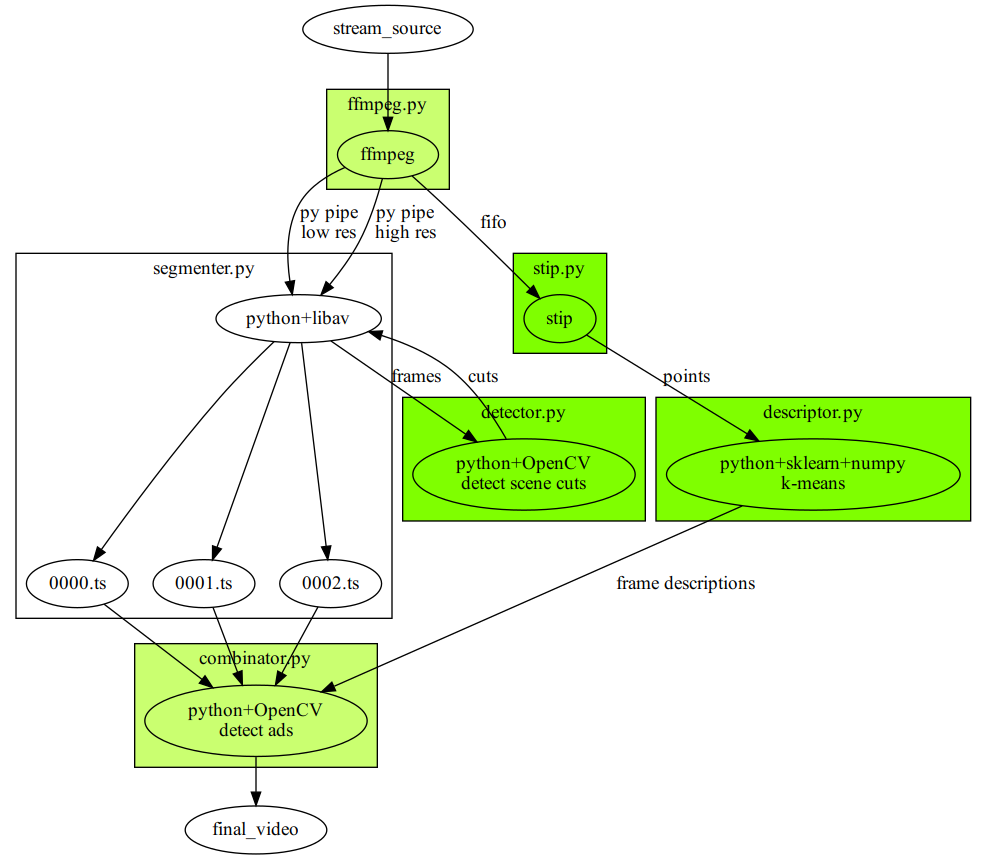
Earlier version of the Graphviz export graph.png (ilyaluk/detect_ads). Its source is kept beside it as graph.gv.
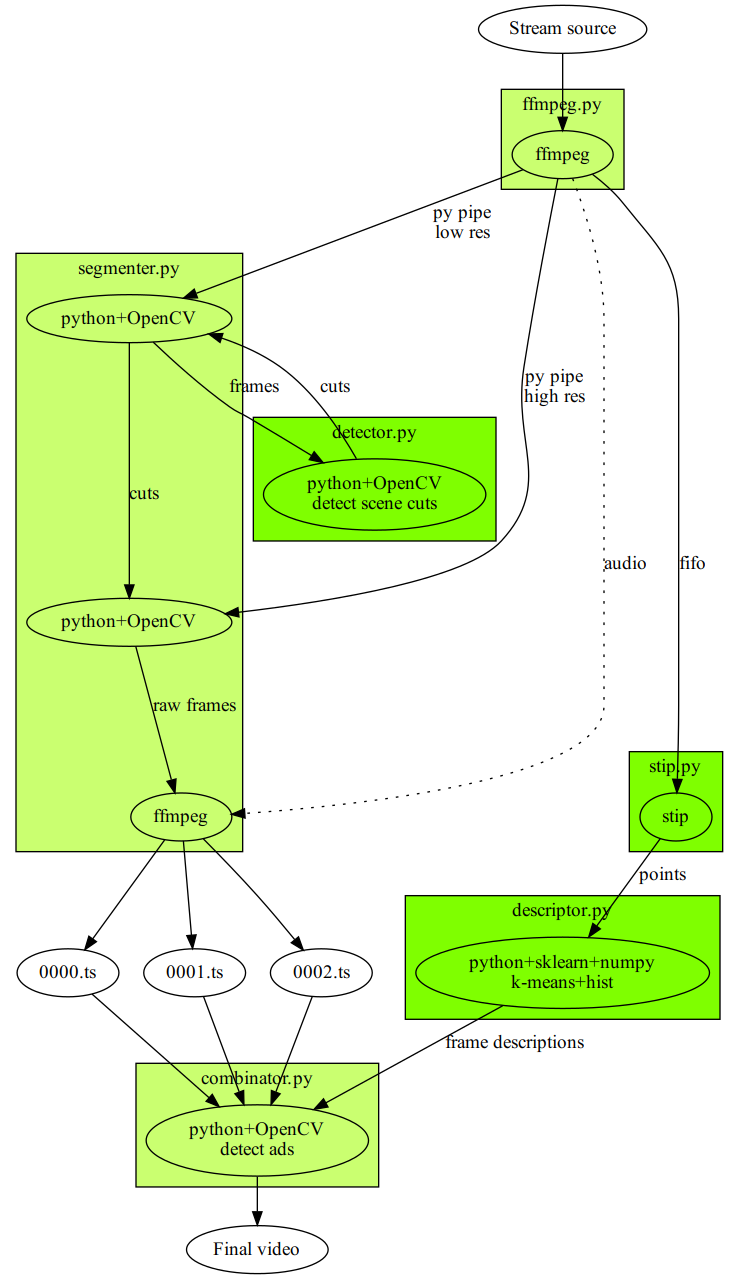
The same file after the commit.

Commit message:
Well, segmenter works. Graph update.

The edit, as a diff of the source:
```diff
@@ -10,19 +10,18 @@
 		bgcolor = "chartreuse";
 	}
 	subgraph cluster_2 {
-		c0[label="python+sklearn+numpy\nk-means"];
+		c0[label="python+sklearn+numpy\nk-means+hist"];
 		label = "descriptor.py";
 		bgcolor = "chartreuse";
 	}
 	subgraph cluster_3 {
-		d0[label="python+ffmpeg\n"];
-		d1[label="0002.ts"];
-		d2[label="0000.ts"];
-		d3[label="0001.ts"];
-		d0 -> d1;
-		d0 -> d2;
-		d0 -> d3;
+		d0[label="python+OpenCV\n"];
+		d1[label="python+OpenCV\n"];
+		d2[label="ffmpeg\n"];
+		d0 -> d1[label="cuts"];
+		d1 -> d2[label="raw frames"];
 		label = "segmenter.py";
+		bgcolor = "darkolivegreen1";
 	}
 	subgraph cluster_4 {
 		e0[label="python+OpenCV\ndetect ads"];
@@ -34,16 +33,25 @@
 		label = "detector.py";
 		bgcolor = "chartreuse";
 	}
-	stream_source -> a0;
+	ss[label="Stream source"]
+	ss -> a0;
 	a0 -> b0[label="fifo"];
 	b0 -> c0[label="points"];
 	a0 -> d0[label="py pipe\nlow res"];
-	a0 -> d0[label="py pipe\nhigh res"];
-	d1 -> e0;
-	d2 -> e0;
+	a0 -> d1[label="py pipe\nhigh res"];
 	d3 -> e0;
+	d4 -> e0;
+	d5 -> e0;
 	c0 -> e0[label="frame descriptions"];
-	e0 -> final_video;
 	d0 -> f0[label="frames"];
 	f0 -> d0[label="cuts"];
+	a0 -> d2[label="audio",style="dotted"]
+	d3[label="0000.ts"];
+	d4[label="0001.ts"];
+	d5[label="0002.ts"];
+	d2 -> d3;
+	d2 -> d4;
+	d2 -> d5;
+	fv[label="Final video"];
+	e0 -> fv;
 }
```
